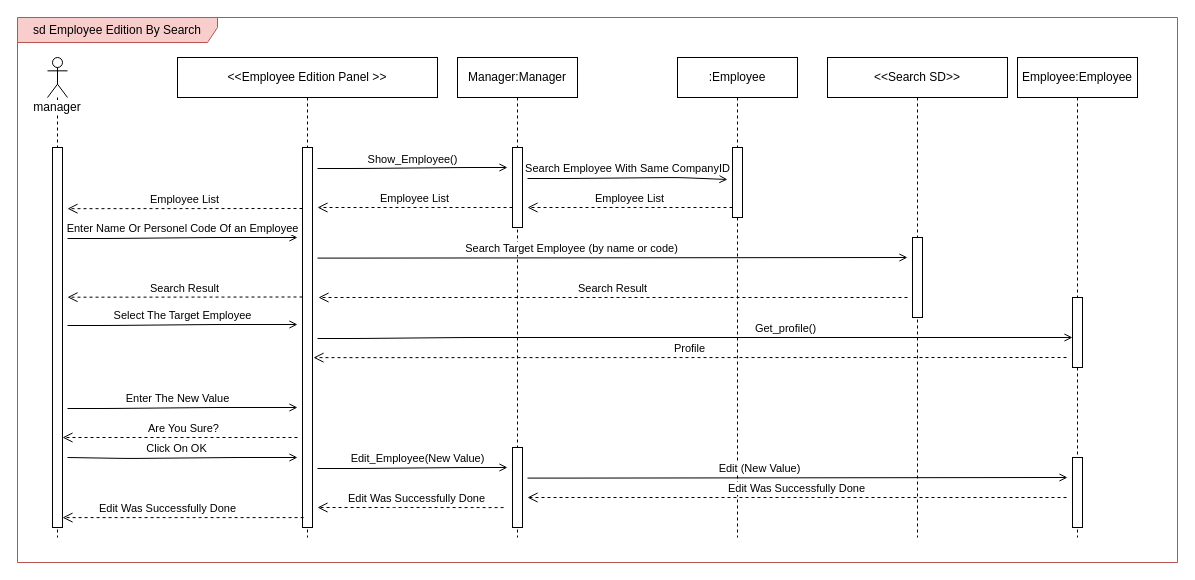
Before: page "UserEdition-SD" (16 of 18) of SequenceDiagram/Middleware_CarBaMaSequenceDiagram.drawio in MelvinMo/CarBaMa_Automotive-Sale-Application, a draw.io diagram. Source tidied: cells renumbered, new cells numbered last; positions are measured from the earlier drawing's top-left corner, leaving out a move shared by most shapes. Both pictures are drawn from the tidied source at 100%, with x=0, y=0 at pixel (17, 17).
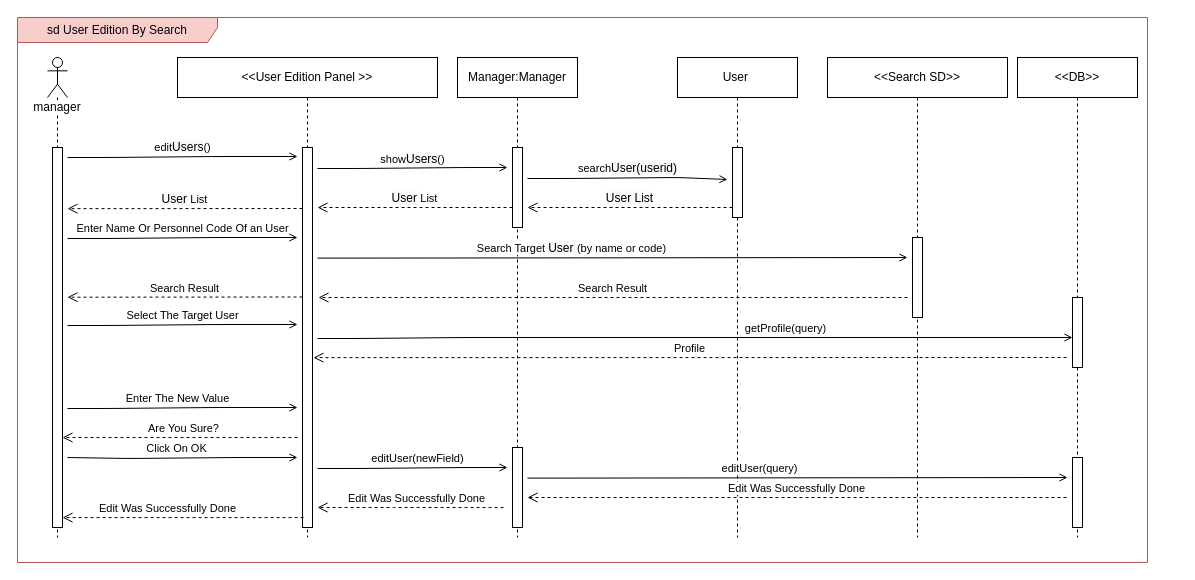
The same page after the edit.

The change refers to these unchanged cells:
```xml
<mxCell id="4" style="html=1;points=[];perimeter=orthogonalPerimeter;" parent="3" vertex="1">
  <mxGeometry x="5" y="90" width="10" height="380" as="geometry" />
</mxCell>
<mxCell id="24" style="html=1;points=[];perimeter=orthogonalPerimeter;" parent="23" vertex="1">
  <mxGeometry x="55" y="240" width="10" height="70" as="geometry" />
</mxCell>
```

The edit, as a diff of the source:
```diff
@@
-    <mxCell id="2" value="sd Employee Edition By Search" style="shape=umlFrame;whiteSpace=wrap;html=1;width=200;height=25;fillColor=#f8cecc;strokeColor=#b85450;" parent="1" vertex="1">
-      <mxGeometry width="1160" height="545" as="geometry" />
+    <mxCell id="2" value="sd User Edition By Search" style="shape=umlFrame;whiteSpace=wrap;html=1;width=200;height=25;fillColor=#f8cecc;strokeColor=#b85450;" parent="1" vertex="1">
+      <mxGeometry width="1130" height="545" as="geometry" />
     </mxCell>
@@
-    <mxCell id="5" value="&amp;lt;&amp;lt;Employee Edition Panel &amp;gt;&amp;gt;" style="shape=umlLifeline;perimeter=lifelinePerimeter;whiteSpace=wrap;html=1;" parent="1" vertex="1">
+    <mxCell id="5" value="&amp;lt;&amp;lt;User&amp;nbsp;Edition Panel &amp;gt;&amp;gt;" style="shape=umlLifeline;perimeter=lifelinePerimeter;whiteSpace=wrap;html=1;" parent="1" vertex="1">
       <mxGeometry x="160" y="40" width="260" height="480" as="geometry" />
     </mxCell>
@@
+    <mxCell id="37" value="edit&lt;span style=&quot;font-size: 12px; background-color: rgb(248, 249, 250);&quot;&gt;Users&lt;/span&gt;()" style="html=1;verticalAlign=bottom;endArrow=open;endFill=0;" parent="5" edge="1">
+      <mxGeometry relative="1" as="geometry">
+        <mxPoint x="-110" y="100" as="sourcePoint" />
+        <mxPoint x="120" y="99" as="targetPoint" />
+        <Array as="points">
+          <mxPoint x="-69.5" y="100" />
+          <mxPoint x="40.5" y="99" />
+        </Array>
+      </mxGeometry>
+    </mxCell>
@@
-    <mxCell id="9" value=":Employee" style="shape=umlLifeline;perimeter=lifelinePerimeter;whiteSpace=wrap;html=1;" parent="1" vertex="1">
+    <mxCell id="9" value="User&amp;nbsp;" style="shape=umlLifeline;perimeter=lifelinePerimeter;whiteSpace=wrap;html=1;" parent="1" vertex="1">
       <mxGeometry x="660" y="40" width="120" height="480" as="geometry" />
     </mxCell>
@@
-    <mxCell id="12" value="&lt;div&gt;&lt;br&gt;&lt;/div&gt;&lt;div&gt;Get_profile()&lt;br&gt;&lt;/div&gt;" style="html=1;verticalAlign=bottom;endArrow=open;endFill=0;" parent="1" edge="1" target="24">
+    <mxCell id="12" value="&lt;div&gt;&lt;br&gt;&lt;/div&gt;&lt;div&gt;getProfile(query)&lt;br&gt;&lt;/div&gt;" style="html=1;verticalAlign=bottom;endArrow=open;endFill=0;" parent="1" edge="1" target="24">
       <mxGeometry x="0.24" relative="1" as="geometry">
         <mxPoint x="300" y="321" as="sourcePoint" />
         <Array as="points">
           <mxPoint x="340.5" y="321" />
           <mxPoint x="450.5" y="320" />
         </Array>
       </mxGeometry>
     </mxCell>
@@
-    <mxCell id="16" value="Show_Employee()" style="html=1;verticalAlign=bottom;endArrow=open;endFill=0;" parent="1" edge="1">
+    <mxCell id="16" value="show&lt;span style=&quot;font-size: 12px; background-color: rgb(248, 249, 250);&quot;&gt;Users&lt;/span&gt;()" style="html=1;verticalAlign=bottom;endArrow=open;endFill=0;" parent="1" edge="1">
       <mxGeometry relative="1" as="geometry">
         <mxPoint x="300" y="151" as="sourcePoint" />
         <mxPoint x="490" y="150" as="targetPoint" />
         <Array as="points">
           <mxPoint x="340.5" y="151" />
           <mxPoint x="450.5" y="150" />
         </Array>
       </mxGeometry>
     </mxCell>
-    <mxCell id="17" value="Search Employee With Same CompanyID" style="html=1;verticalAlign=bottom;endArrow=open;endFill=0;" parent="1" edge="1">
+    <mxCell id="17" value="search&lt;span style=&quot;font-size: 12px; background-color: rgb(248, 249, 250);&quot;&gt;User(userid)&lt;/span&gt;" style="html=1;verticalAlign=bottom;endArrow=open;endFill=0;" parent="1" edge="1">
       <mxGeometry relative="1" as="geometry">
         <mxPoint x="510" y="161" as="sourcePoint" />
         <mxPoint x="710" y="162" as="targetPoint" />
         <Array as="points">
           <mxPoint x="550.5" y="161" />
           <mxPoint x="660.5" y="160" />
         </Array>
       </mxGeometry>
     </mxCell>
-    <mxCell id="18" value="Employee List" style="html=1;verticalAlign=bottom;endArrow=open;dashed=1;endSize=8;" parent="1" edge="1">
+    <mxCell id="18" value="&lt;span style=&quot;font-size: 12px; background-color: rgb(248, 249, 250);&quot;&gt;User List&lt;/span&gt;" style="html=1;verticalAlign=bottom;endArrow=open;dashed=1;endSize=8;" parent="1" edge="1">
       <mxGeometry relative="1" as="geometry">
         <mxPoint x="715" y="190" as="sourcePoint" />
         <mxPoint x="510" y="190" as="targetPoint" />
       </mxGeometry>
     </mxCell>
-    <mxCell id="19" value="Employee List" style="html=1;verticalAlign=bottom;endArrow=open;dashed=1;endSize=8;" parent="1" edge="1">
+    <mxCell id="19" value="&lt;span style=&quot;font-size: 12px; background-color: rgb(248, 249, 250);&quot;&gt;User&amp;nbsp;&lt;/span&gt;List" style="html=1;verticalAlign=bottom;endArrow=open;dashed=1;endSize=8;" parent="1" edge="1">
       <mxGeometry relative="1" as="geometry">
         <mxPoint x="495" y="190" as="sourcePoint" />
         <mxPoint x="300" y="190" as="targetPoint" />
       </mxGeometry>
     </mxCell>
-    <mxCell id="20" value="&lt;div&gt;Enter Name Or Personel Code Of an Employee&lt;br&gt;&lt;/div&gt;" style="html=1;verticalAlign=bottom;endArrow=open;endFill=0;" parent="1" edge="1">
+    <mxCell id="20" value="&lt;div&gt;Enter Name Or Personnel Code Of an User&lt;br&gt;&lt;/div&gt;" style="html=1;verticalAlign=bottom;endArrow=open;endFill=0;" parent="1" edge="1">
       <mxGeometry relative="1" as="geometry">
         <mxPoint x="50" y="221" as="sourcePoint" />
         <mxPoint x="280" y="220" as="targetPoint" />
         <Array as="points">
           <mxPoint x="90.5" y="221" />
           <mxPoint x="200.5" y="220" />
         </Array>
       </mxGeometry>
     </mxCell>
-    <mxCell id="21" value="Search Target Employee (by name or code)" style="html=1;verticalAlign=bottom;endArrow=open;endFill=0;" parent="1" edge="1">
+    <mxCell id="21" value="Search Target&amp;nbsp;&lt;span style=&quot;font-size: 12px; background-color: rgb(248, 249, 250);&quot;&gt;User&amp;nbsp;&lt;/span&gt;(by name or code)" style="html=1;verticalAlign=bottom;endArrow=open;endFill=0;" parent="1" edge="1">
       <mxGeometry x="-0.14" relative="1" as="geometry">
         <mxPoint x="300" y="240.6" as="sourcePoint" />
         <mxPoint x="890" y="240" as="targetPoint" />
         <Array as="points">
           <mxPoint x="340.5" y="240.6" />
         </Array>
       </mxGeometry>
     </mxCell>
-    <mxCell id="22" value="&lt;div&gt;&lt;br&gt;&lt;/div&gt;&lt;div&gt;Select The Target Employee&lt;br&gt;&lt;/div&gt;" style="html=1;verticalAlign=bottom;endArrow=open;endFill=0;" parent="1" edge="1">
+    <mxCell id="22" value="&lt;div&gt;&lt;br&gt;&lt;/div&gt;&lt;div&gt;Select The Target User&lt;br&gt;&lt;/div&gt;" style="html=1;verticalAlign=bottom;endArrow=open;endFill=0;" parent="1" edge="1">
       <mxGeometry relative="1" as="geometry">
         <mxPoint x="50" y="308" as="sourcePoint" />
         <mxPoint x="280" y="307" as="targetPoint" />
         <Array as="points">
           <mxPoint x="90.5" y="308" />
           <mxPoint x="200.5" y="307" />
         </Array>
       </mxGeometry>
     </mxCell>
-    <mxCell id="23" value="Employee:Employee" style="shape=umlLifeline;perimeter=lifelinePerimeter;whiteSpace=wrap;html=1;" parent="1" vertex="1">
+    <mxCell id="23" value="&amp;lt;&amp;lt;DB&amp;gt;&amp;gt;" style="shape=umlLifeline;perimeter=lifelinePerimeter;whiteSpace=wrap;html=1;" parent="1" vertex="1">
       <mxGeometry x="1000" y="40" width="120" height="480" as="geometry" />
     </mxCell>
@@
-    <mxCell id="29" value="Edit_Employee(New Value)" style="html=1;verticalAlign=bottom;endArrow=open;endFill=0;" parent="1" edge="1">
+    <mxCell id="29" value="editUser(newField)" style="html=1;verticalAlign=bottom;endArrow=open;endFill=0;" parent="1" edge="1">
       <mxGeometry x="0.05" relative="1" as="geometry">
         <mxPoint x="300" y="451" as="sourcePoint" />
         <mxPoint x="490" y="450" as="targetPoint" />
         <Array as="points">
           <mxPoint x="340.5" y="451" />
           <mxPoint x="450.5" y="450" />
         </Array>
       </mxGeometry>
     </mxCell>
-    <mxCell id="30" value="Edit (New Value) " style="html=1;verticalAlign=bottom;endArrow=open;endFill=0;" parent="1" edge="1">
+    <mxCell id="30" value="editUser(query)" style="html=1;verticalAlign=bottom;endArrow=open;endFill=0;" parent="1" edge="1">
       <mxGeometry x="-0.14" relative="1" as="geometry">
         <mxPoint x="510" y="460.6" as="sourcePoint" />
         <mxPoint x="1050" y="460" as="targetPoint" />
         <Array as="points">
           <mxPoint x="550.5" y="460.6" />
         </Array>
       </mxGeometry>
     </mxCell>
@@
-    <mxCell id="35" value="Employee List" style="html=1;verticalAlign=bottom;endArrow=open;dashed=1;endSize=8;entryX=1.5;entryY=0.161;entryDx=0;entryDy=0;entryPerimeter=0;" parent="1" edge="1" target="4">
+    <mxCell id="35" value="&lt;span style=&quot;font-size: 12px; background-color: rgb(248, 249, 250);&quot;&gt;User&amp;nbsp;&lt;/span&gt;List" style="html=1;verticalAlign=bottom;endArrow=open;dashed=1;endSize=8;entryX=1.5;entryY=0.161;entryDx=0;entryDy=0;entryPerimeter=0;" parent="1" edge="1" target="4">
       <mxGeometry relative="1" as="geometry">
         <mxPoint x="285" y="191" as="sourcePoint" />
       </mxGeometry>
     </mxCell>
```
